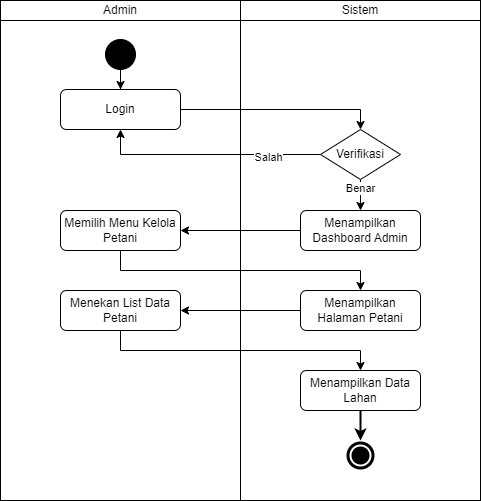
Earlier version of the draw.io export docs/activity-diagram/farmers/farmer-lands/detail-farmer-land.drawio.png (mitra-agro-usaha-perkebunan/maup-app-docs). Source tidied: cells renumbered, new cells last; positions are measured from the earlier drawing's top-left corner, leaving out a move shared by most shapes.
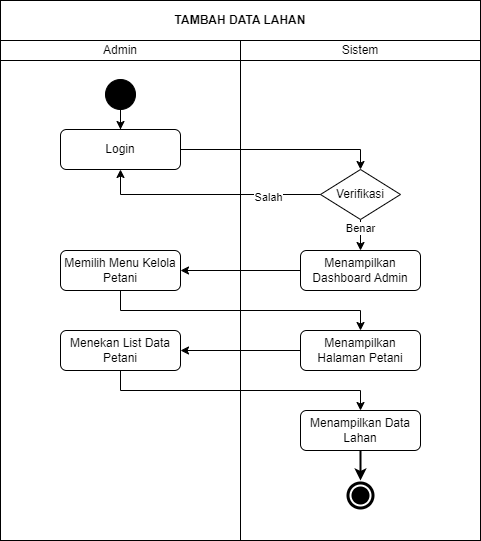
The same file after the commit.

What changed in the source:
```diff
@@ -97,5 +97,8 @@
     <mxCell id="25" value="Salah" style="edgeLabel;html=1;align=center;verticalAlign=middle;" parent="24" vertex="1">
       <mxGeometry x="-0.53" y="2" relative="1" as="geometry" />
     </mxCell>
+    <mxCell id="26" value="&lt;b&gt;TAMBAH DATA LAHAN&lt;/b&gt;" style="rounded=0;whiteSpace=wrap;html=1;" parent="1" vertex="1">
+      <mxGeometry y="-40" width="480" height="40" as="geometry" />
+    </mxCell>
   </root>
 </mxGraphModel>
```
